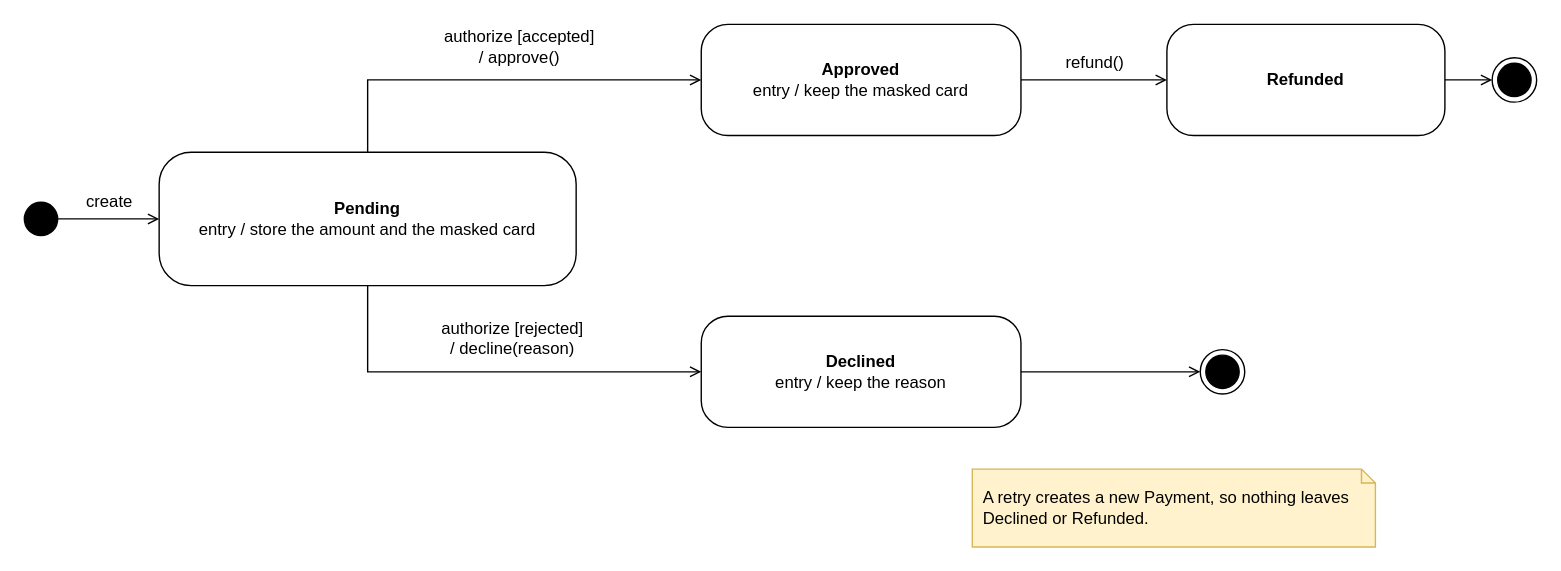
Above: docs/diagrams/src/41-state-payment.drawio in satyambhanot/ChinookAir (draw.io), before the change. Source tidied: cells renumbered, new cells numbered last; positions are measured from the earlier drawing's top-left corner, leaving out a move shared by most shapes. Both pictures are drawn from the tidied source at 139%, with x=0, y=0 at pixel (24, 24).
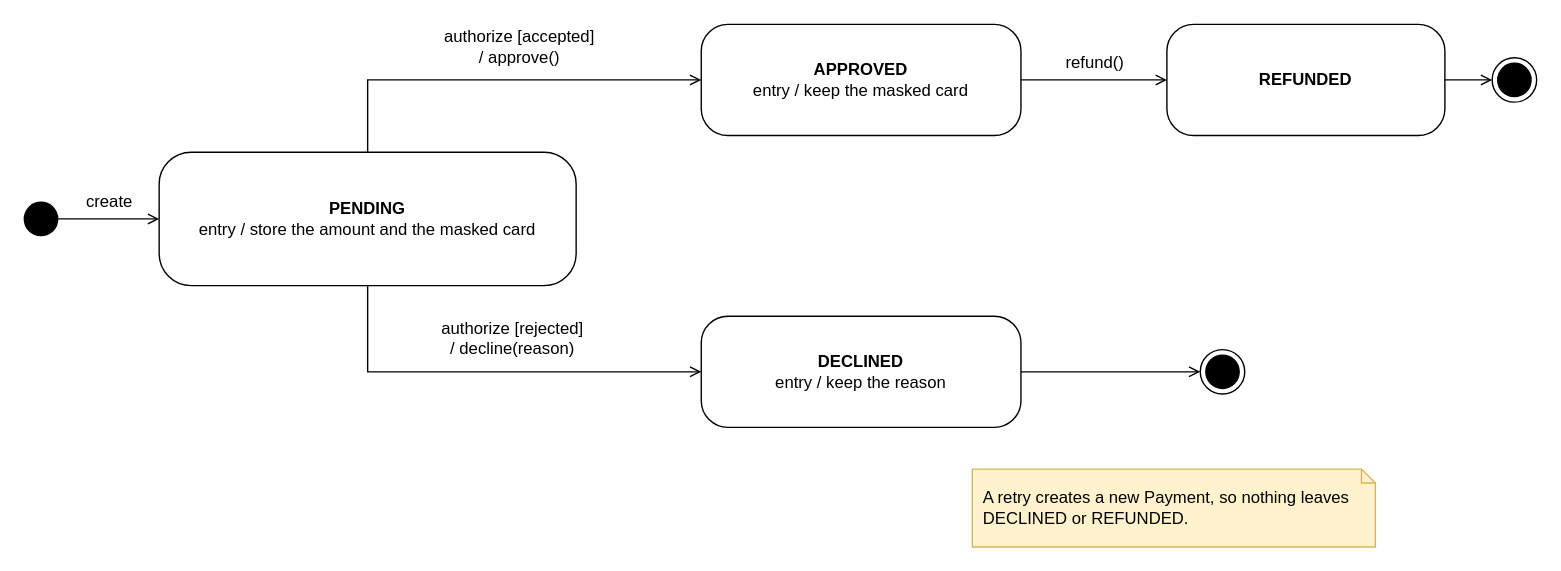
Above is the later version.

Commit message (it also covers changes not shown here):
Write the payment states in capitals like the enumeration

What changed in the source:
```diff
@@
-    <mxCell id="3" value="&lt;b&gt;Pending&lt;/b&gt;&lt;br&gt;entry / store the amount and the masked card" style="rounded=1;arcSize=24;whiteSpace=wrap;html=1;fillColor=#ffffff;strokeColor=#000000;fontFamily=Helvetica;fontSize=12;" parent="1" vertex="1">
+    <mxCell id="3" value="&lt;b&gt;PENDING&lt;/b&gt;&lt;br&gt;entry / store the amount and the masked card" style="rounded=1;arcSize=24;whiteSpace=wrap;html=1;fillColor=#ffffff;strokeColor=#000000;fontFamily=Helvetica;fontSize=12;" parent="1" vertex="1">
       <mxGeometry x="97" y="92" width="300" height="96" as="geometry" />
     </mxCell>
-    <mxCell id="4" value="&lt;b&gt;Approved&lt;/b&gt;&lt;br&gt;entry / keep the masked card" style="rounded=1;arcSize=24;whiteSpace=wrap;html=1;fillColor=#ffffff;strokeColor=#000000;fontFamily=Helvetica;fontSize=12;" parent="1" vertex="1">
+    <mxCell id="4" value="&lt;b&gt;APPROVED&lt;/b&gt;&lt;br&gt;entry / keep the masked card" style="rounded=1;arcSize=24;whiteSpace=wrap;html=1;fillColor=#ffffff;strokeColor=#000000;fontFamily=Helvetica;fontSize=12;" parent="1" vertex="1">
       <mxGeometry x="487" width="230" height="80" as="geometry" />
     </mxCell>
-    <mxCell id="5" value="&lt;b&gt;Declined&lt;/b&gt;&lt;br&gt;entry / keep the reason" style="rounded=1;arcSize=24;whiteSpace=wrap;html=1;fillColor=#ffffff;strokeColor=#000000;fontFamily=Helvetica;fontSize=12;" parent="1" vertex="1">
+    <mxCell id="5" value="&lt;b&gt;DECLINED&lt;/b&gt;&lt;br&gt;entry / keep the reason" style="rounded=1;arcSize=24;whiteSpace=wrap;html=1;fillColor=#ffffff;strokeColor=#000000;fontFamily=Helvetica;fontSize=12;" parent="1" vertex="1">
       <mxGeometry x="487" y="210" width="230" height="80" as="geometry" />
     </mxCell>
-    <mxCell id="6" value="&lt;b&gt;Refunded&lt;/b&gt;" style="rounded=1;arcSize=24;whiteSpace=wrap;html=1;fillColor=#ffffff;strokeColor=#000000;fontFamily=Helvetica;fontSize=12;" parent="1" vertex="1">
+    <mxCell id="6" value="&lt;b&gt;REFUNDED&lt;/b&gt;" style="rounded=1;arcSize=24;whiteSpace=wrap;html=1;fillColor=#ffffff;strokeColor=#000000;fontFamily=Helvetica;fontSize=12;" parent="1" vertex="1">
       <mxGeometry x="822" width="200" height="80" as="geometry" />
     </mxCell>
@@
-    <mxCell id="9" value="A retry creates a new Payment, so nothing leaves Declined or Refunded." style="shape=note;whiteSpace=wrap;html=1;size=10;fillColor=#fff2cc;strokeColor=#d6b656;align=left;spacingLeft=6;fontFamily=Helvetica;fontSize=12;" parent="1" vertex="1">
+    <mxCell id="9" value="A retry creates a new Payment, so nothing leaves DECLINED or REFUNDED." style="shape=note;whiteSpace=wrap;html=1;size=10;fillColor=#fff2cc;strokeColor=#d6b656;align=left;spacingLeft=6;fontFamily=Helvetica;fontSize=12;" parent="1" vertex="1">
       <mxGeometry x="682" y="320" width="290" height="56" as="geometry" />
     </mxCell>
```
